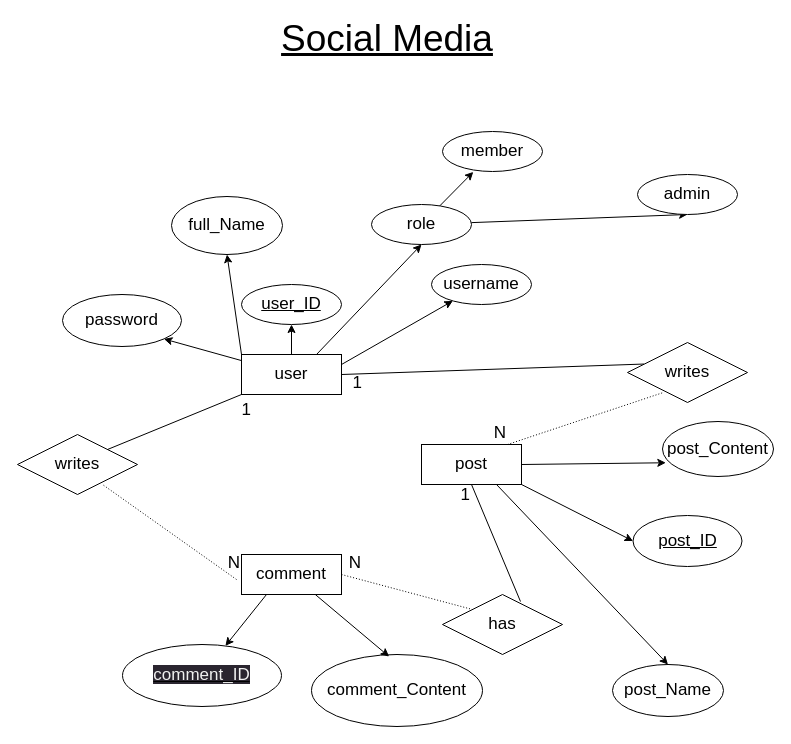
Earlier version of the draw.io diagram erdFinal.drawio (n4daidk/project1). Source tidied: cells renumbered, new cells numbered last; positions are measured from the earlier drawing's top-left corner, leaving out a move shared by most shapes. Both pictures are drawn from the tidied source at 100%, with x=0, y=0 at pixel (17, 19).
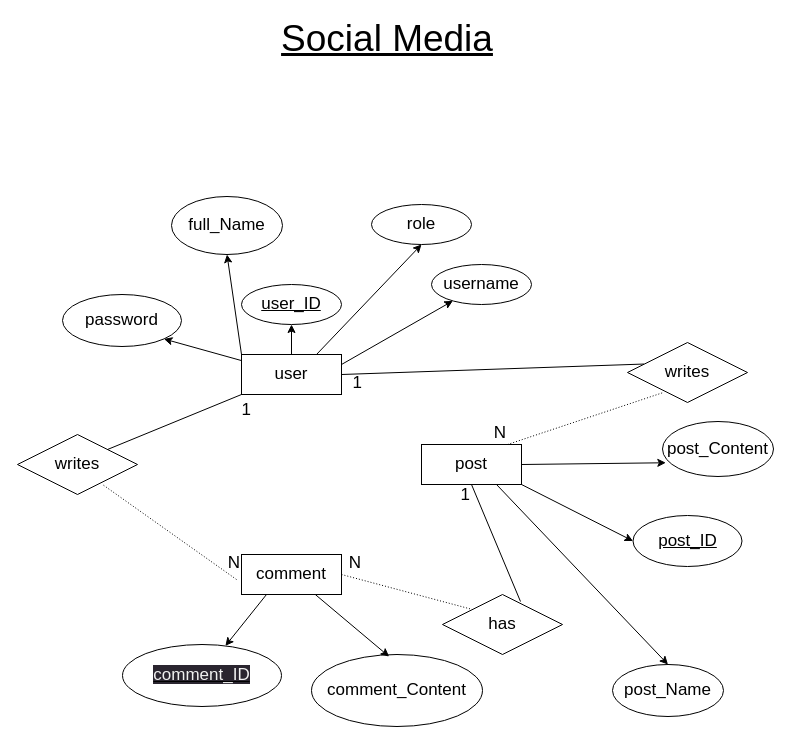
Above is the later version.

Unchanged cells that the change refers to:
```xml
<mxCell id="9" value="role" style="ellipse;whiteSpace=wrap;html=1;align=center;fontSize=17;" parent="1" vertex="1">
  <mxGeometry x="354" y="185" width="100" height="40" as="geometry" />
</mxCell>
```

Change to the diagram source:
```diff
@@
-    <mxCell id="7" style="edgeStyle=none;html=1;entryX=0.308;entryY=1.01;entryDx=0;entryDy=0;entryPerimeter=0;fontSize=17;" parent="1" edge="1" source="9" target="11">
-      <mxGeometry relative="1" as="geometry" />
-    </mxCell>
-    <mxCell id="8" style="edgeStyle=none;html=1;entryX=0.5;entryY=1;entryDx=0;entryDy=0;fontSize=17;" parent="1" edge="1" source="9" target="10">
-      <mxGeometry relative="1" as="geometry" />
-    </mxCell>
@@
-    <mxCell id="10" value="admin" style="ellipse;whiteSpace=wrap;html=1;align=center;fontSize=17;" parent="1" vertex="1">
-      <mxGeometry x="620" y="155" width="100" height="40" as="geometry" />
-    </mxCell>
-    <mxCell id="11" value="member" style="ellipse;whiteSpace=wrap;html=1;align=center;fontSize=17;" parent="1" vertex="1">
-      <mxGeometry x="425" y="112" width="100" height="40" as="geometry" />
-    </mxCell>
```
